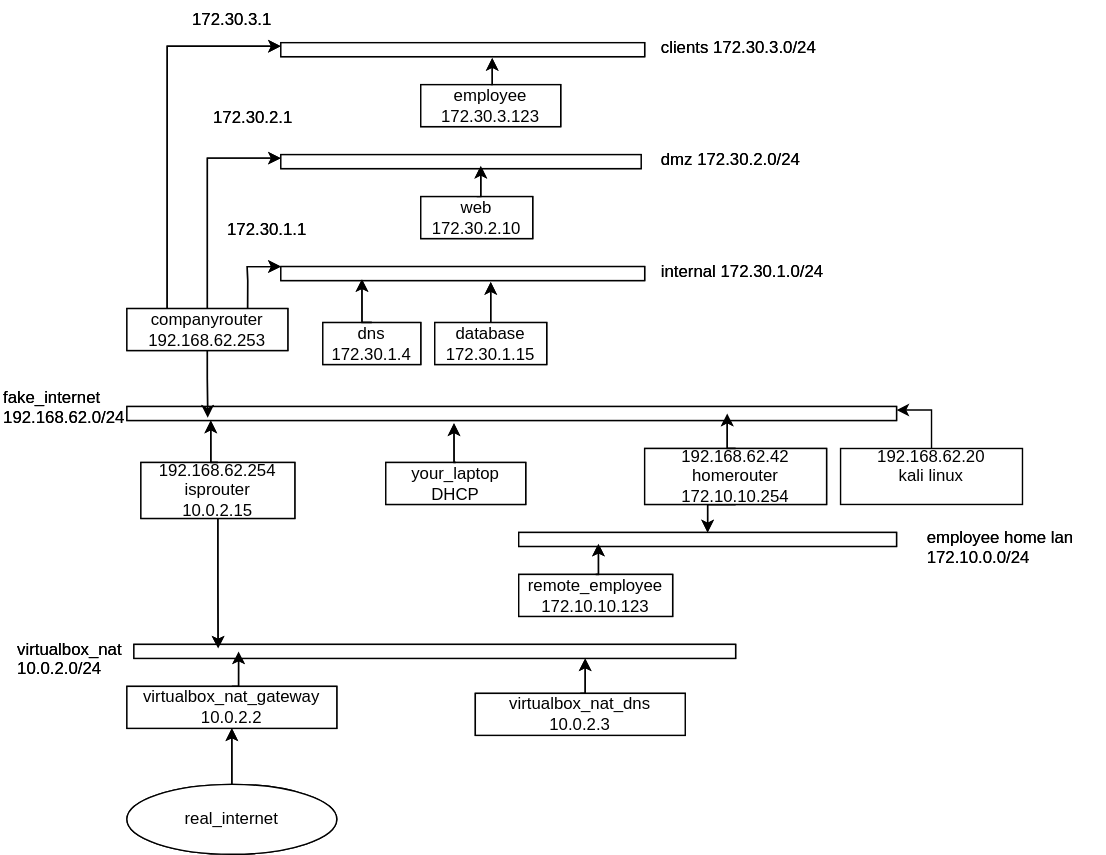
Above: notes/netwerkschema/diagram.drawio.svg in Tuurkevg/cybersecurity-advanced (draw.io), before the change. Source tidied: cells renumbered, new cells last; positions are measured from the earlier drawing's top-left corner, leaving out a move shared by most shapes.
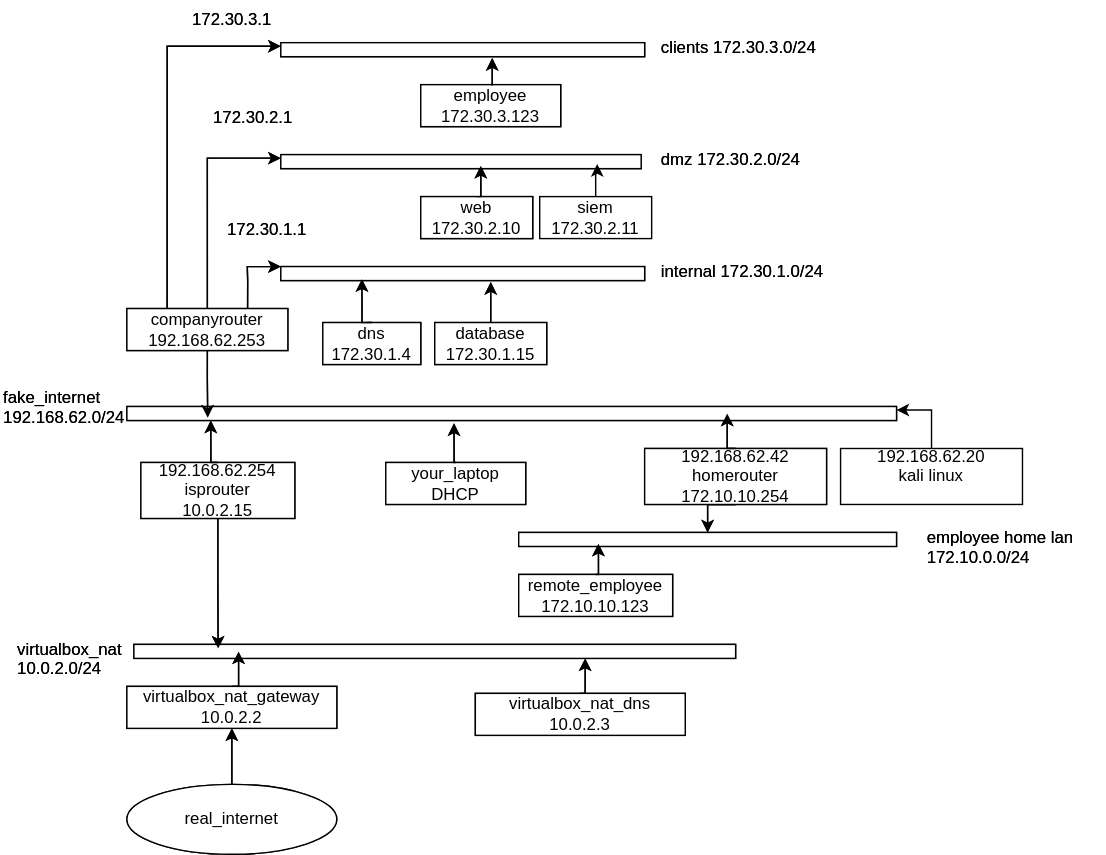
Later version of the same file.

Commit message:
adding labo 8 version 1.0 with updated network table siem server.

Change to the diagram source:
```diff
@@ -290,5 +290,11 @@
     <mxCell id="93" value="&lt;div&gt;192.168.62.20&lt;/div&gt;&lt;div&gt;kali linux&lt;br&gt;&lt;/div&gt;&lt;div&gt;&lt;br&gt;&lt;/div&gt;" style="rounded=0;whiteSpace=wrap;html=1;" parent="1" vertex="1">
       <mxGeometry x="600" y="320" width="130" height="40" as="geometry" />
     </mxCell>
+    <mxCell id="94" value="siem&lt;br&gt;&lt;div&gt;172.30.2.11&lt;/div&gt;" style="rounded=0;whiteSpace=wrap;html=1;" parent="1" vertex="1">
+      <mxGeometry x="385" y="140" width="80" height="30" as="geometry" />
+    </mxCell>
+    <mxCell id="95" style="edgeStyle=orthogonalEdgeStyle;rounded=0;jettySize=auto;html=1;entryX=0.878;entryY=0.672;entryDx=0;entryDy=0;entryPerimeter=0;" parent="1" edge="1" source="94" target="80">
+      <mxGeometry relative="1" as="geometry" />
+    </mxCell>
   </root>
 </mxGraphModel>
```
